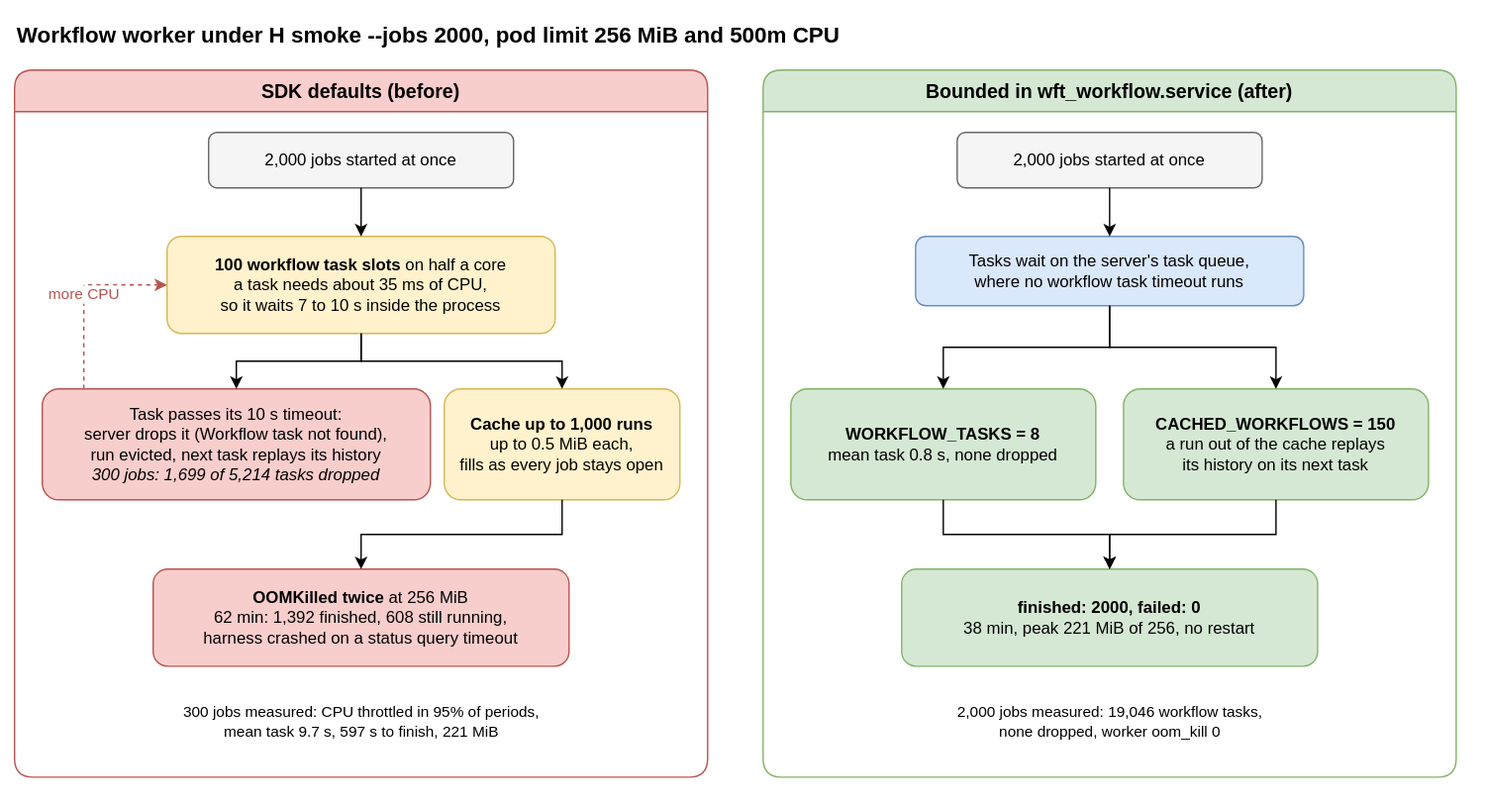
Earlier version of the draw.io export deploy/workflow/worker-bounds.drawio.svg (AndoNorth/disyard). Source tidied: cells renumbered, new cells last; positions are measured from the earlier drawing's top-left corner, leaving out a move shared by most shapes.
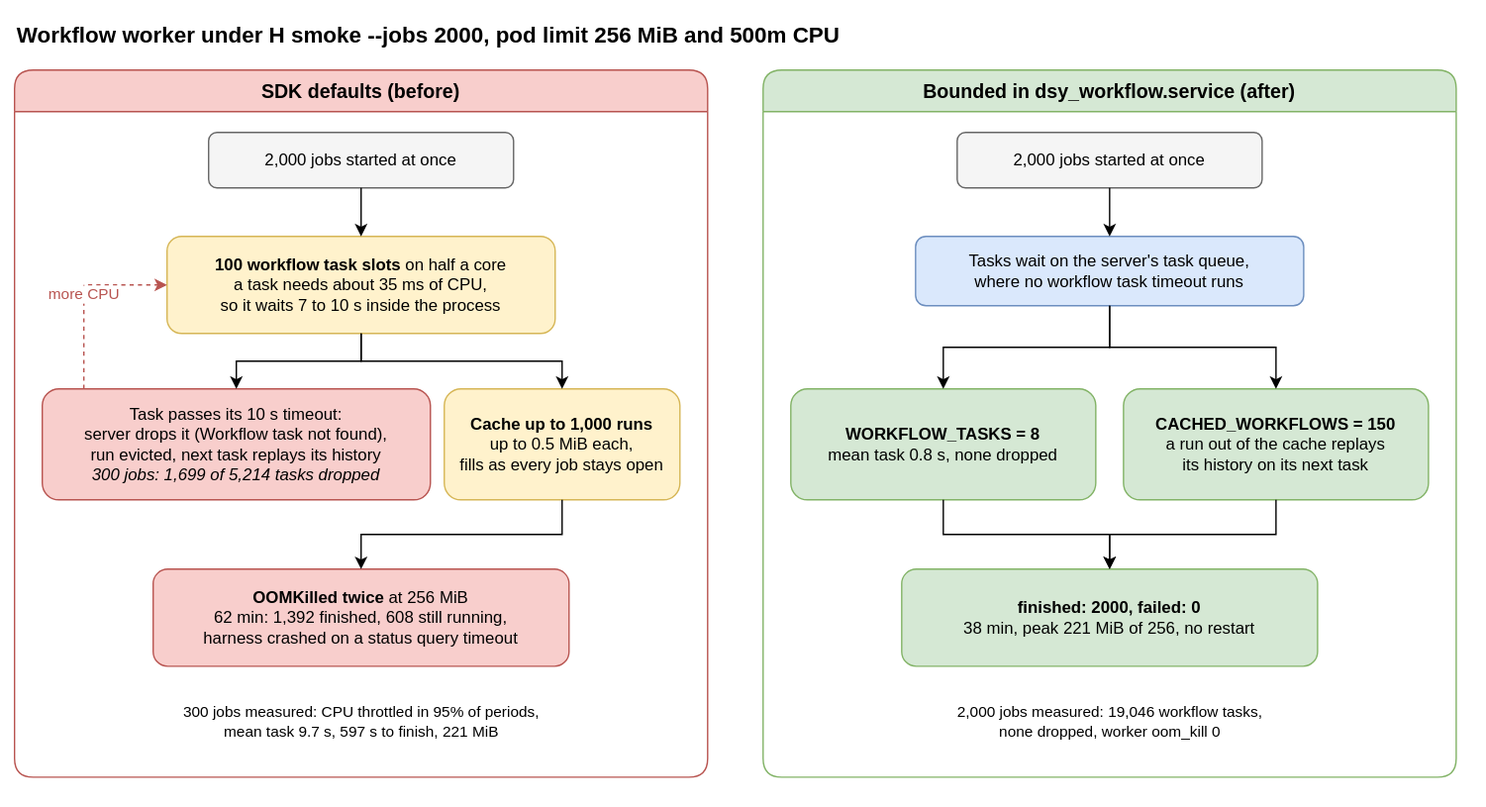
Later version of the same file.

Change to the diagram source:
```diff
@@ -45,7 +45,7 @@
     <mxCell id="14" style="edgeStyle=orthogonalEdgeStyle;rounded=0;html=1;" parent="3" edge="1" source="7" target="8">
       <mxGeometry relative="1" as="geometry" />
     </mxCell>
-    <mxCell id="15" value="Bounded in wft_workflow.service (after)" style="swimlane;startSize=30;fillColor=#d5e8d4;strokeColor=#82b366;fontStyle=1;fontSize=14;rounded=1;" parent="1" vertex="1">
+    <mxCell id="15" value="Bounded in dsy_workflow.service (after)" style="swimlane;startSize=30;fillColor=#d5e8d4;strokeColor=#82b366;fontStyle=1;fontSize=14;rounded=1;" parent="1" vertex="1">
       <mxGeometry x="540" y="40" width="500" height="510" as="geometry" />
     </mxCell>
     <mxCell id="16" value="2,000 jobs started at once" style="rounded=1;whiteSpace=wrap;html=1;fillColor=#f5f5f5;strokeColor=#666666;" parent="15" vertex="1">
```
